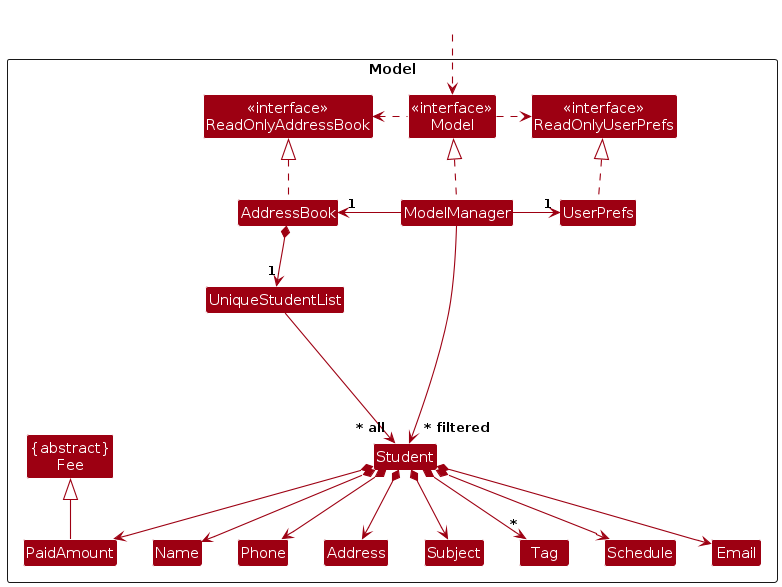
Before: diagrams/ModelClassDiagram.png, a diagram exported from PlantUML (AY2425S1-CS2103T-F14a-1/tp). Its source is kept beside it as diagrams/ModelClassDiagram.puml.
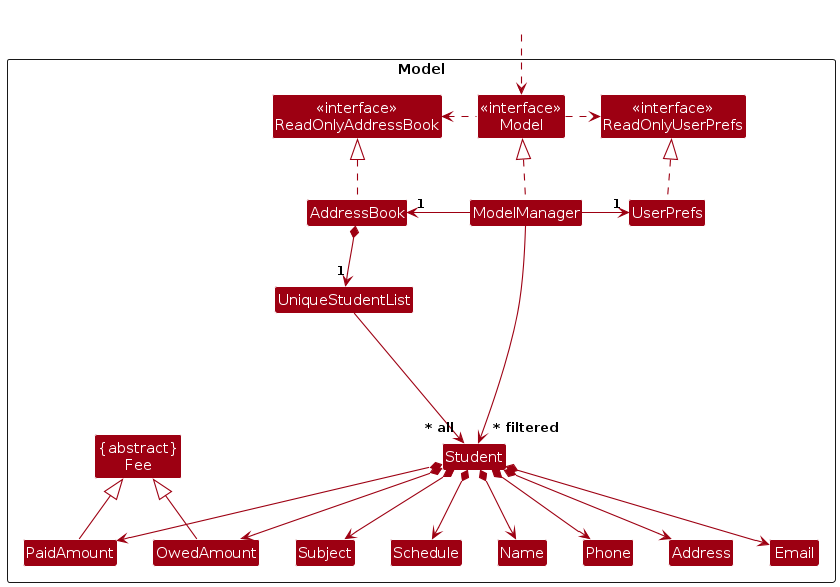
Above is the later version.

Change to the diagram source:
```diff
@@ -19,10 +19,10 @@
 Class Name
 Class Phone
 Class Subject
-Class Tag
 Class Schedule
 Class "{abstract}\nFee" as Fee
 Class PaidAmount
+Class OwedAmount
 
 Class I #FFFFFF
 }
@@ -46,10 +46,11 @@
 Student *--> Email
 Student *--> Address
 Student *--> Schedule
-Student *--> "*" Tag
 Student *--> Subject
 Student *--> PaidAmount
+Student *--> OwedAmount
 PaidAmount -up-|> Fee
+OwedAmount -up-|> Fee
 
 
 Student -[hidden]up--> I
```
